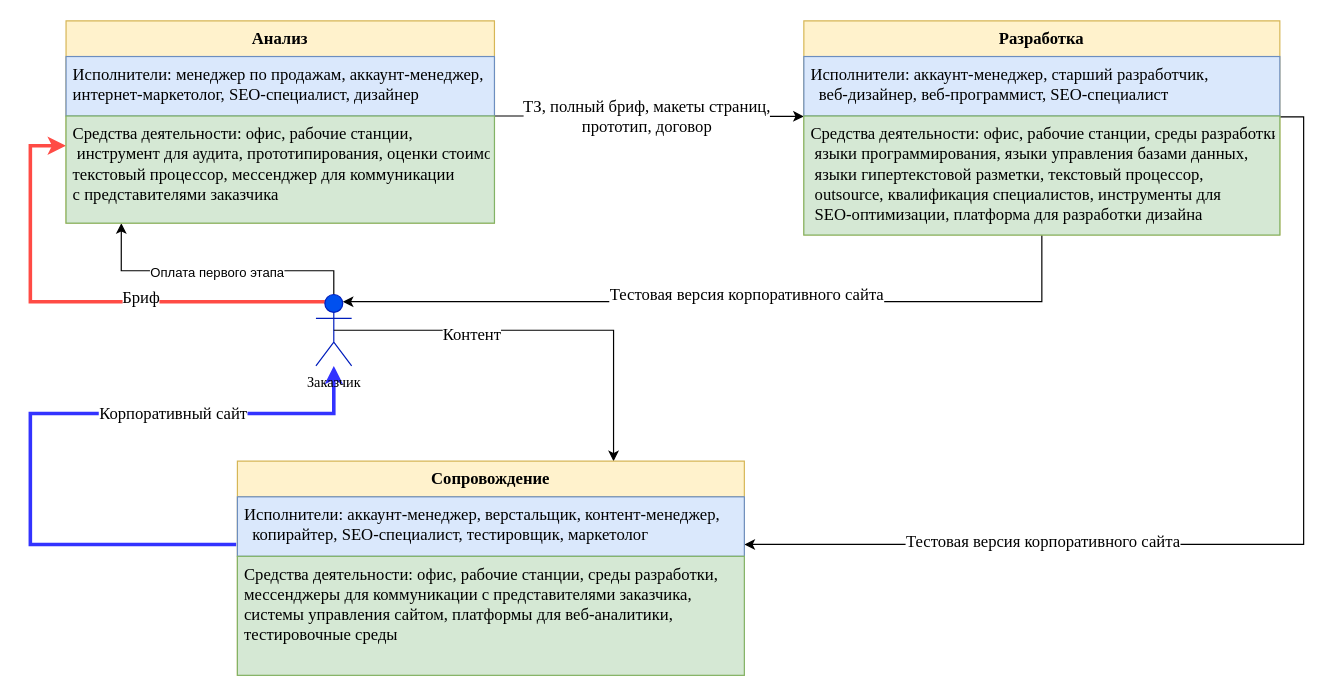
Above: page "Модель Структуры (уровень 2)" (3 of 8) of 3 курс/5 семестр/ТСиСА/Курсовая/модели2ч.drawio in Luzinsan/tusur (draw.io), before the change. Source tidied: cells renumbered, new cells numbered last; positions are measured from the earlier drawing's top-left corner, leaving out a move shared by most shapes. Both pictures are drawn from the tidied source at 119%, with x=0, y=0 at pixel (30, 20).
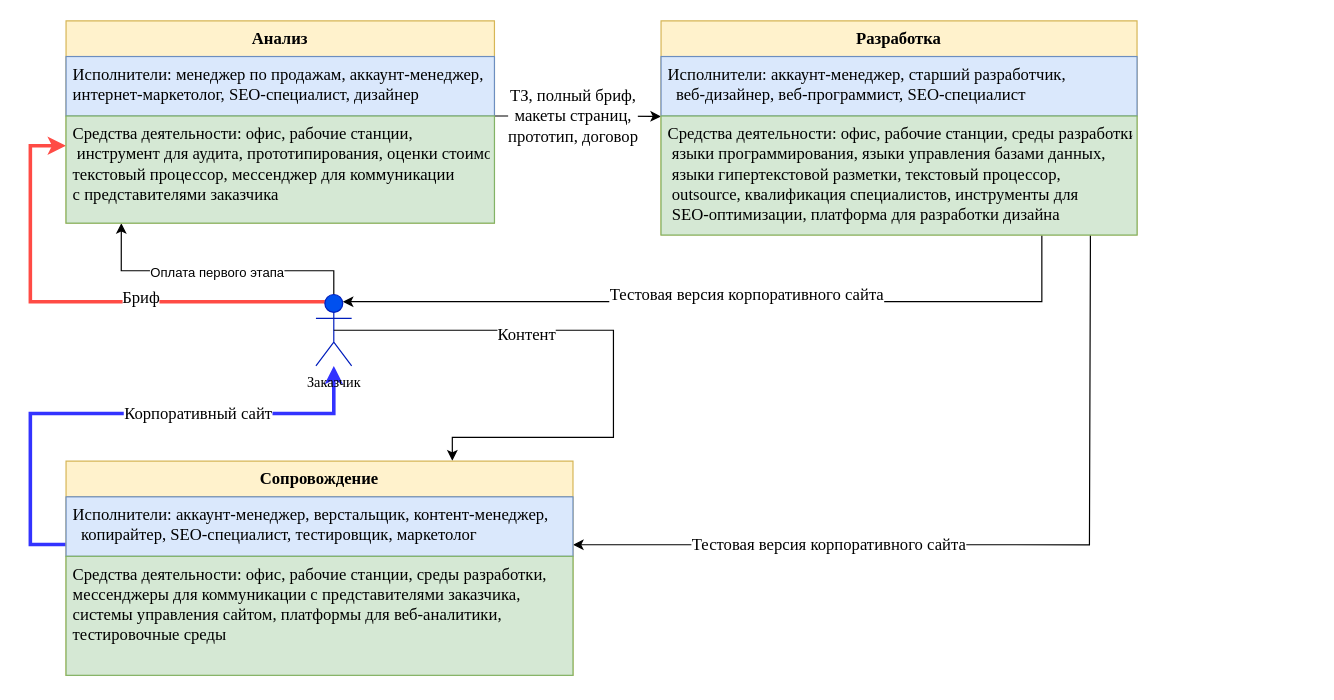
The same page after the edit.

Unchanged cells that the change refers to:
```xml
<mxCell id="2" style="edgeStyle=orthogonalEdgeStyle;rounded=0;jettySize=auto;html=1;fontFamily=Times New Roman;fontSize=14;entryX=0;entryY=0.003;entryDx=0;entryDy=0;entryPerimeter=0;" parent="1" edge="1" target="22">
  <mxGeometry relative="1" as="geometry">
    <mxPoint x="390" y="80" as="sourcePoint" />
    <Array as="points">
      <mxPoint x="460" y="80" />
      <mxPoint x="460" y="80" />
    </Array>
  </mxGeometry>
</mxCell>
<mxCell id="14" value="Заказчик" style="shape=umlActor;verticalLabelPosition=bottom;verticalAlign=top;html=1;fontFamily=Times New Roman;fillColor=#0050ef;fontColor=#000000;strokeColor=#001DBC;" parent="1" vertex="1">
  <mxGeometry x="240" y="230" width="30" height="60" as="geometry" />
</mxCell>
<mxCell id="22" value="Средства деятельности: офис, рабочие станции, среды разработки,&#10; языки программирования, языки управления базами данных,&#10; языки гипертекстовой разметки, текстовый процессор,&#10; outsource, квалификация специалистов, инструменты для&#10; SEO-оптимизации, платформа для разработки дизайна" style="text;strokeColor=#82b366;fillColor=#d5e8d4;align=left;verticalAlign=top;spacingLeft=4;spacingRight=4;overflow=hidden;points=[[0,0.5],[1,0.5]];portConstraint=eastwest;fontFamily=Times New Roman;fontSize=14;" parent="20" vertex="1">
  <mxGeometry y="80" width="400" height="100" as="geometry" />
</mxCell>
<mxCell id="24" value="Исполнители: аккаунт-менеджер, верстальщик, контент-менеджер,&#10;  копирайтер, SEO-специалист, тестировщик, маркетолог" style="text;strokeColor=#6c8ebf;fillColor=#dae8fc;align=left;verticalAlign=top;spacingLeft=4;spacingRight=4;overflow=hidden;points=[[0,0.5],[1,0.5]];portConstraint=eastwest;fontFamily=Times New Roman;fontSize=14;" parent="23" vertex="1">
  <mxGeometry y="30" width="426" height="50" as="geometry" />
</mxCell>
```

Change to the diagram source:
```diff
@@
-    <mxCell id="3" value="ТЗ, полный бриф, макеты страниц,&lt;br&gt;прототип, договор" style="edgeLabel;html=1;align=center;verticalAlign=middle;fontSize=14;fontFamily=Times New Roman;" parent="2" vertex="1">
+    <mxCell id="3" value="ТЗ, полный бриф, &lt;br&gt;макеты страниц,&lt;br&gt;прототип, договор" style="edgeLabel;html=1;align=center;verticalAlign=middle;fontSize=14;fontFamily=Times New Roman;" parent="2" vertex="1">
       <mxGeometry x="-0.28" y="2" relative="1" as="geometry">
-        <mxPoint x="33" y="2" as="offset" />
+        <mxPoint x="15" y="2" as="offset" />
       </mxGeometry>
     </mxCell>
@@
-    <mxCell id="6" style="edgeStyle=orthogonalEdgeStyle;rounded=0;jettySize=auto;html=1;fontFamily=Times New Roman;fontSize=14;fillColor=#dae8fc;strokeColor=#3333FF;strokeWidth=3;" parent="1" edge="1" target="14">
+    <mxCell id="6" style="edgeStyle=orthogonalEdgeStyle;rounded=0;jettySize=auto;html=1;fontFamily=Times New Roman;fontSize=14;fillColor=#dae8fc;strokeColor=#3333FF;strokeWidth=3;exitX=0.002;exitY=0.82;exitDx=0;exitDy=0;exitPerimeter=0;" parent="1" edge="1" source="24" target="14">
       <mxGeometry relative="1" as="geometry">
-        <mxPoint x="173" y="440" as="sourcePoint" />
         <Array as="points">
+          <mxPoint x="31" y="440" />
           <mxPoint y="440" />
           <mxPoint y="330" />
           <mxPoint x="255" y="330" />
         </Array>
       </mxGeometry>
     </mxCell>
     <mxCell id="7" value="Корпоративный сайт" style="edgeLabel;html=1;align=center;verticalAlign=middle;fontSize=14;fontFamily=Times New Roman;" parent="6" vertex="1">
       <mxGeometry x="0.12" relative="1" as="geometry">
-        <mxPoint x="78" as="offset" />
+        <mxPoint x="37" as="offset" />
       </mxGeometry>
     </mxCell>
-    <mxCell id="8" style="edgeStyle=orthogonalEdgeStyle;rounded=0;jettySize=auto;html=1;fontFamily=Times New Roman;fontSize=14;exitX=0.999;exitY=0.007;exitDx=0;exitDy=0;exitPerimeter=0;" parent="1" edge="1" source="22">
+    <mxCell id="8" style="edgeStyle=orthogonalEdgeStyle;rounded=0;jettySize=auto;html=1;fontFamily=Times New Roman;fontSize=14;exitX=0.902;exitY=0.998;exitDx=0;exitDy=0;exitPerimeter=0;entryX=1;entryY=0.805;entryDx=0;entryDy=0;entryPerimeter=0;" parent="1" edge="1" source="22" target="24">
       <mxGeometry relative="1" as="geometry">
-        <mxPoint x="600" y="440" as="targetPoint" />
         <Array as="points">
-          <mxPoint x="1070" y="81" />
-          <mxPoint x="1070" y="440" />
-          <mxPoint x="602" y="440" />
+          <mxPoint x="891" y="190" />
+          <mxPoint x="890" y="190" />
+          <mxPoint x="890" y="440" />
         </Array>
       </mxGeometry>
     </mxCell>
     <mxCell id="9" value="Тестовая версия корпоративного сайта" style="edgeLabel;html=1;align=center;verticalAlign=middle;fontSize=14;fontFamily=Times New Roman;horizontal=1;" parent="8" vertex="1">
       <mxGeometry x="-0.24" y="-3" relative="1" as="geometry">
-        <mxPoint x="-217" y="55" as="offset" />
+        <mxPoint x="-216" y="3" as="offset" />
       </mxGeometry>
     </mxCell>
@@
-    <mxCell id="12" style="edgeStyle=orthogonalEdgeStyle;rounded=0;jettySize=auto;html=1;entryX=0.5;entryY=1;entryDx=0;entryDy=0;strokeWidth=1;fontFamily=Times New Roman;fontSize=14;startArrow=classic;startFill=1;endArrow=none;endFill=0;exitX=0.75;exitY=0.1;exitDx=0;exitDy=0;exitPerimeter=0;" parent="1" edge="1" source="14" target="20">
+    <mxCell id="12" style="edgeStyle=orthogonalEdgeStyle;rounded=0;jettySize=auto;html=1;entryX=0.8;entryY=1.001;entryDx=0;entryDy=0;strokeWidth=1;fontFamily=Times New Roman;fontSize=14;startArrow=classic;startFill=1;endArrow=none;endFill=0;exitX=0.75;exitY=0.1;exitDx=0;exitDy=0;exitPerimeter=0;entryPerimeter=0;" parent="1" edge="1" source="14" target="22">
       <mxGeometry relative="1" as="geometry">
         <Array as="points">
           <mxPoint x="850" y="236" />
         </Array>
       </mxGeometry>
     </mxCell>
@@
-    <mxCell id="15" style="edgeStyle=orthogonalEdgeStyle;rounded=0;jettySize=auto;html=1;entryX=0.5;entryY=0.5;entryDx=0;entryDy=0;entryPerimeter=0;fontFamily=Times New Roman;fontSize=14;exitX=0.742;exitY=0.001;exitDx=0;exitDy=0;startArrow=classic;startFill=1;endArrow=none;endFill=0;exitPerimeter=0;" parent="1" edge="1" source="23" target="14">
+    <mxCell id="15" style="edgeStyle=orthogonalEdgeStyle;rounded=0;jettySize=auto;html=1;entryX=0.5;entryY=0.5;entryDx=0;entryDy=0;entryPerimeter=0;fontFamily=Times New Roman;fontSize=14;exitX=0.762;exitY=-0.002;exitDx=0;exitDy=0;startArrow=classic;startFill=1;endArrow=none;endFill=0;exitPerimeter=0;" parent="1" edge="1" source="23" target="14">
       <mxGeometry relative="1" as="geometry">
         <Array as="points">
+          <mxPoint x="355" y="350" />
+          <mxPoint x="490" y="350" />
           <mxPoint x="490" y="260" />
         </Array>
       </mxGeometry>
     </mxCell>
@@
     <mxCell id="20" value="Разработка&#10;" style="swimlane;fontStyle=1;align=center;verticalAlign=top;horizontal=1;startSize=30;fontFamily=Times New Roman;fillColor=#fff2cc;strokeColor=#d6b656;fontSize=14;" parent="1" vertex="1">
-      <mxGeometry x="650" width="400" height="180" as="geometry" />
+      <mxGeometry x="530" width="400" height="180" as="geometry" />
     </mxCell>
@@
     <mxCell id="23" value="Сопровождение" style="swimlane;fontStyle=1;align=center;verticalAlign=top;horizontal=1;startSize=30;fontFamily=Times New Roman;fillColor=#fff2cc;strokeColor=#d6b656;fontSize=14;" parent="1" vertex="1">
-      <mxGeometry x="174" y="370" width="426" height="180" as="geometry" />
+      <mxGeometry x="30" y="370" width="426" height="180" as="geometry" />
     </mxCell>
```
